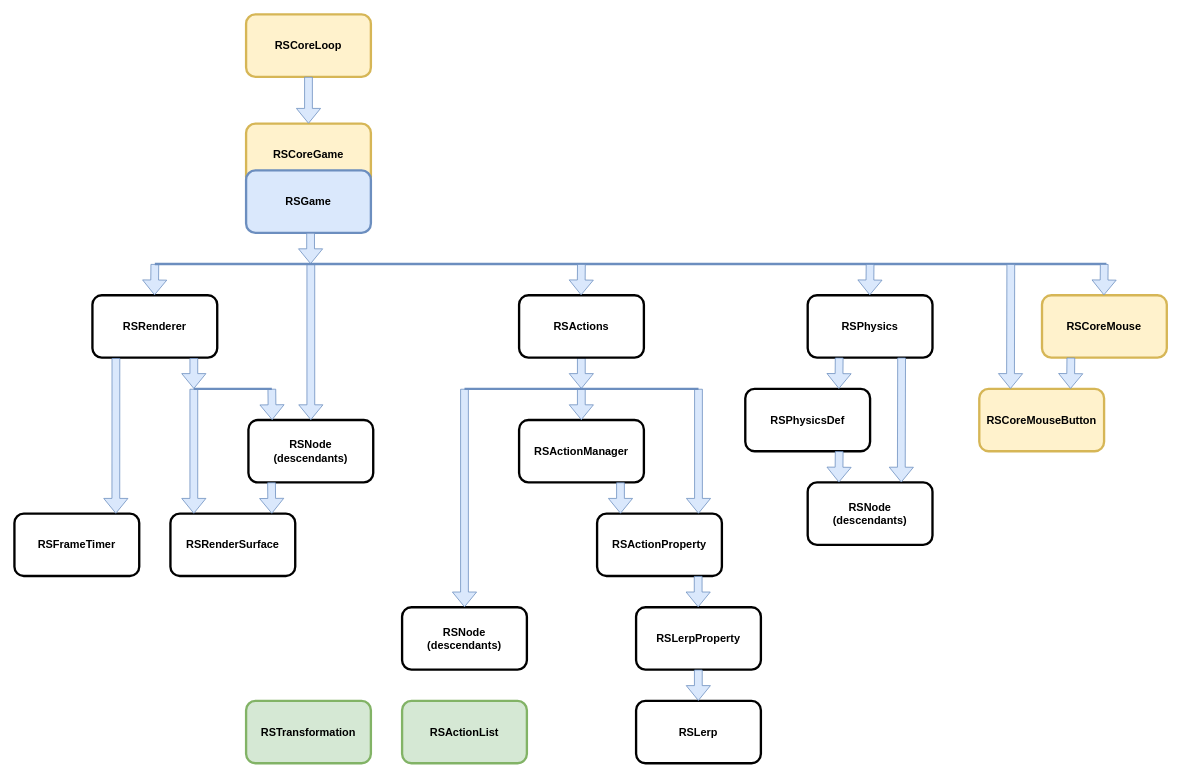
Earlier version of the draw.io diagram Rockstar/_Lego Principle/RSGame.drawio (RockStar-Programming/RSGameDemo). Source tidied: cells renumbered, new cells numbered last; positions are measured from the earlier drawing's top-left corner, leaving out a move shared by most shapes. Both pictures are drawn from the tidied source at 78%, with x=0, y=0 at pixel (14, 14).
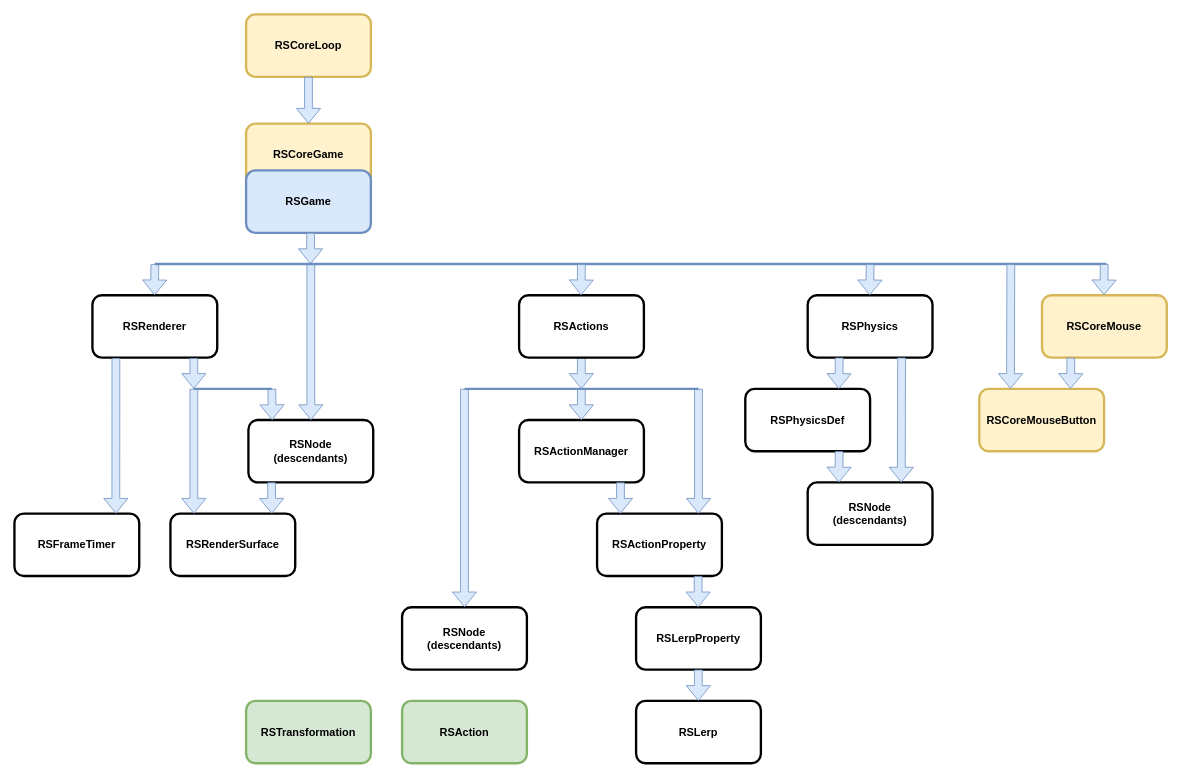
The same page after the edit.

Change to the diagram source:
```diff
@@
-    <mxCell id="29" value="&lt;b&gt;&lt;font style=&quot;font-size: 14px;&quot;&gt;RSActionList&lt;/font&gt;&lt;/b&gt;" style="rounded=1;whiteSpace=wrap;html=1;strokeWidth=3;fillColor=#d5e8d4;strokeColor=#82b366;" parent="1" vertex="1">
+    <mxCell id="29" value="&lt;b&gt;&lt;font style=&quot;font-size: 14px;&quot;&gt;RSAction&lt;/font&gt;&lt;/b&gt;" style="rounded=1;whiteSpace=wrap;html=1;strokeWidth=3;fillColor=#d5e8d4;strokeColor=#82b366;" parent="1" vertex="1">
       <mxGeometry x="497" y="880" width="160" height="80" as="geometry" />
     </mxCell>
```
